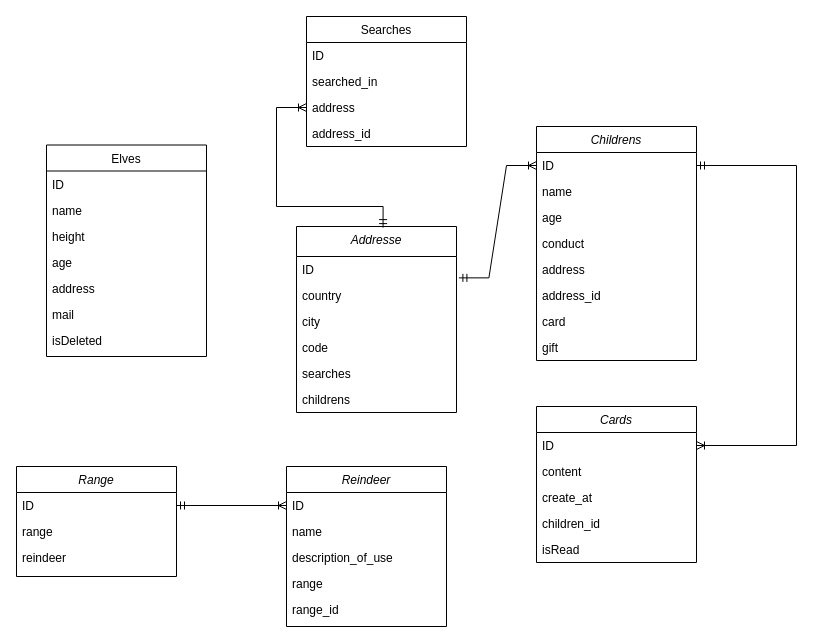
Above: src/docs/EntityRelationshipDiagram.drawio in TEAM3-ED8/back-end (draw.io), before the change. Source tidied: cells renumbered, new cells numbered last; positions are measured from the earlier drawing's top-left corner, leaving out a move shared by most shapes. Both pictures are drawn from the tidied source at 100%, with x=0, y=0 at pixel (16, 16).
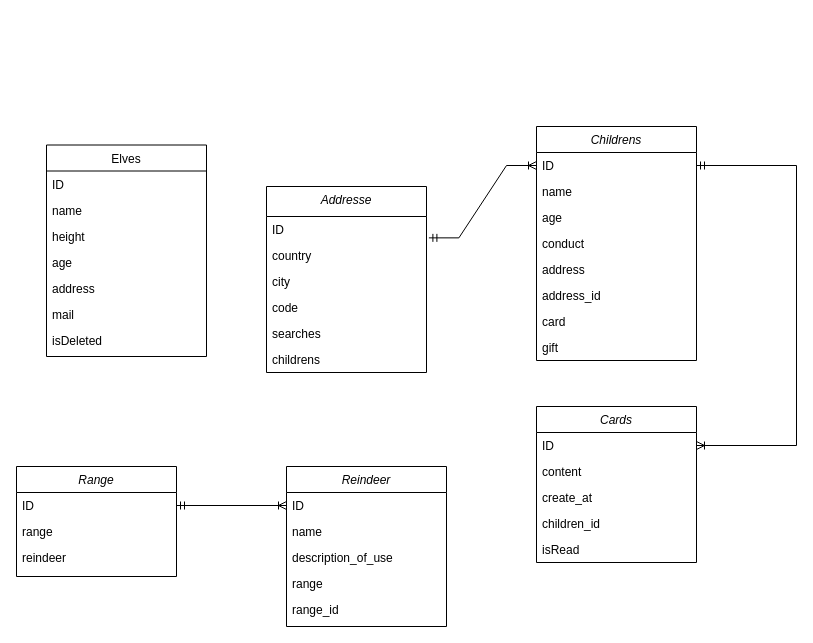
The same page after the edit.

The edit, as a diff of the source:
```diff
@@
     <mxCell id="2" value="Addresse&#10;" style="swimlane;fontStyle=2;align=center;verticalAlign=top;horizontal=1;startSize=30;rounded=0;shadow=0;strokeWidth=1;labelBackgroundColor=none;" parent="1" vertex="1">
-      <mxGeometry x="280" y="210" width="160" height="186" as="geometry" />
+      <mxGeometry x="250" y="170" width="160" height="186" as="geometry" />
     </mxCell>
@@
-    <mxCell id="9" value="Searches&#10;" style="swimlane;fontStyle=0;align=center;verticalAlign=top;horizontal=1;startSize=26;rounded=0;shadow=0;strokeWidth=1;labelBackgroundColor=none;" parent="1" vertex="1">
-      <mxGeometry x="290" width="160" height="130" as="geometry" />
-    </mxCell>
-    <mxCell id="10" value="ID" style="text;align=left;verticalAlign=top;spacingLeft=4;spacingRight=4;overflow=hidden;labelBackgroundColor=none;" parent="9" vertex="1">
-      <mxGeometry y="26" width="160" height="26" as="geometry" />
-    </mxCell>
-    <mxCell id="11" value="searched_in" style="text;align=left;verticalAlign=top;spacingLeft=4;spacingRight=4;overflow=hidden;rounded=0;shadow=0;html=0;labelBackgroundColor=none;" parent="9" vertex="1">
-      <mxGeometry y="52" width="160" height="26" as="geometry" />
-    </mxCell>
-    <mxCell id="12" value="address" style="text;align=left;verticalAlign=top;spacingLeft=4;spacingRight=4;overflow=hidden;points=[[0,0.5],[1,0.5]];portConstraint=eastwest;rounded=0;shadow=0;html=0;labelBackgroundColor=none;" parent="9" vertex="1">
-      <mxGeometry y="78" width="160" height="26" as="geometry" />
-    </mxCell>
-    <mxCell id="13" value="address_id" style="text;align=left;verticalAlign=top;spacingLeft=4;spacingRight=4;overflow=hidden;rounded=0;shadow=0;html=0;labelBackgroundColor=none;" parent="9" vertex="1">
-      <mxGeometry y="104" width="160" height="26" as="geometry" />
-    </mxCell>
@@
-    <mxCell id="42" style="fontSize=12;html=1;endArrow=ERoneToMany;startArrow=ERmandOne;rounded=0;exitX=0.541;exitY=0.006;exitDx=0;exitDy=0;exitPerimeter=0;entryX=0;entryY=0.5;entryDx=0;entryDy=0;edgeStyle=orthogonalEdgeStyle;elbow=vertical;" parent="1" edge="1" source="2" target="12">
-      <mxGeometry relative="1" as="geometry">
-        <Array as="points">
-          <mxPoint x="367" y="190" />
-          <mxPoint x="260" y="190" />
-          <mxPoint x="260" y="91" />
-        </Array>
-      </mxGeometry>
-    </mxCell>
```
